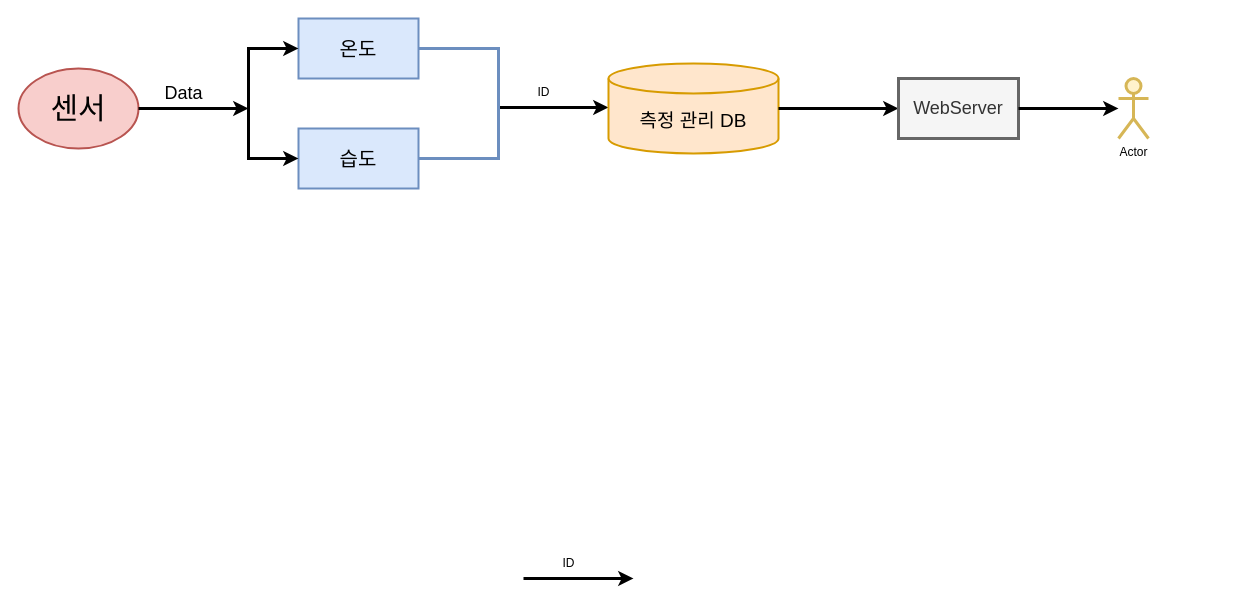
Earlier version of the draw.io diagram 서비스흐름도.drawio (Sun-Rang/AI_-). Source tidied: cells renumbered, new cells numbered last; positions are measured from the earlier drawing's top-left corner, leaving out a move shared by most shapes. Both pictures are drawn from the tidied source at 100%, with x=0, y=0 at pixel (18, 18). Pictures stored in the file or linked from it are replaced by grey dashed boxes.
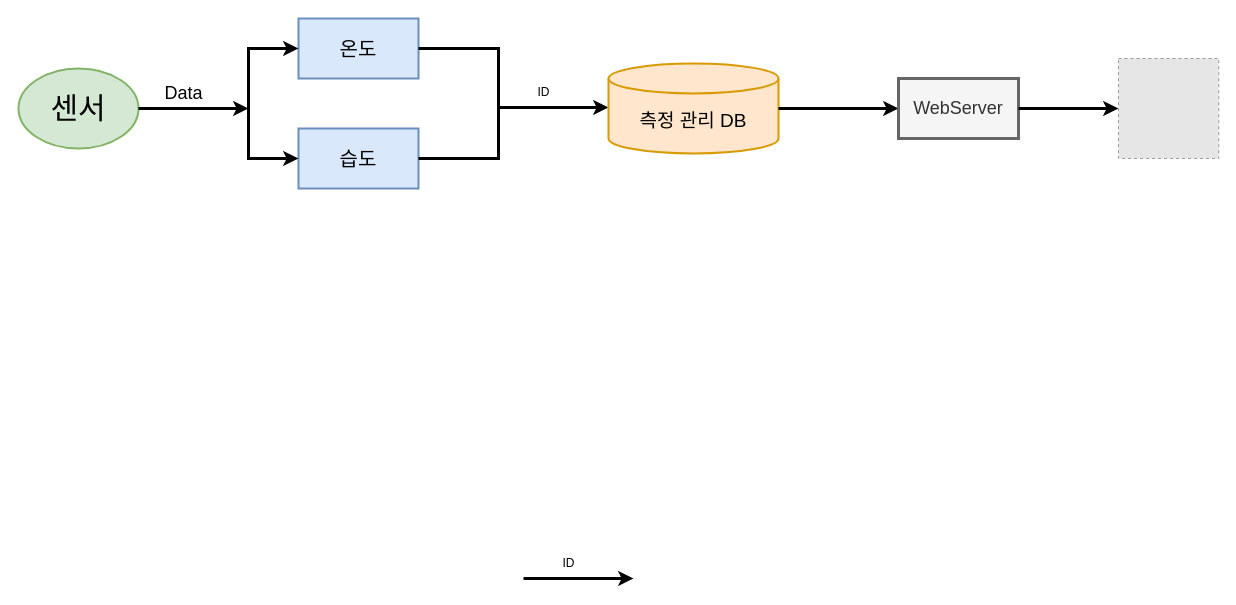
Above is the later version.

Commit message:
서비스흐름도.drawio 업데이트

Unchanged cells that the change refers to:
```xml
<mxCell id="5" value="온도" style="whiteSpace=wrap;html=1;strokeWidth=2;fontSize=20;fillColor=#dae8fc;strokeColor=#6c8ebf;" parent="1" vertex="1">
  <mxGeometry x="280" width="120" height="60" as="geometry" />
</mxCell>
<mxCell id="8" value="습도" style="whiteSpace=wrap;html=1;strokeWidth=2;fontSize=20;fillColor=#dae8fc;strokeColor=#6c8ebf;" parent="1" vertex="1">
  <mxGeometry x="280" y="110" width="120" height="60" as="geometry" />
</mxCell>
```

Change to the diagram source:
```diff
@@
-    <mxCell id="2" value="센서" style="ellipse;whiteSpace=wrap;html=1;strokeWidth=2;fontSize=30;fillColor=#f8cecc;strokeColor=#b85450;" parent="1" vertex="1">
+    <mxCell id="2" value="센서" style="ellipse;whiteSpace=wrap;html=1;strokeWidth=2;fontSize=30;fillColor=#d5e8d4;strokeColor=#82b366;" parent="1" vertex="1">
       <mxGeometry y="50" width="120" height="80" as="geometry" />
     </mxCell>
@@
-    <mxCell id="12" style="endArrow=none;html=1;rounded=0;exitX=1;exitY=0.5;exitDx=0;exitDy=0;entryX=1;entryY=0.5;entryDx=0;entryDy=0;strokeWidth=3;fillColor=#dae8fc;strokeColor=#6c8ebf;" parent="1" edge="1" source="5" target="8">
+    <mxCell id="12" style="endArrow=none;html=1;rounded=0;exitX=1;exitY=0.5;exitDx=0;exitDy=0;entryX=1;entryY=0.5;entryDx=0;entryDy=0;strokeWidth=3;fillColor=#dae8fc;strokeColor=#000000;" parent="1" edge="1" source="5" target="8">
       <mxGeometry relative="1" as="geometry">
         <Array as="points">
           <mxPoint x="480" y="30" />
           <mxPoint x="480" y="90" />
           <mxPoint x="480" y="140" />
         </Array>
       </mxGeometry>
     </mxCell>
@@
-    <mxCell id="16" value="Actor" style="shape=umlActor;verticalLabelPosition=bottom;verticalAlign=top;html=1;strokeWidth=3;fillColor=#fff2cc;strokeColor=#d6b656;" parent="1" vertex="1">
-      <mxGeometry x="1100" y="60" width="30" height="60" as="geometry" />
-    </mxCell>
@@
+    <mxCell id="18" style="fillColor=#E6E6E6;strokeColor=#999999;dashed=1;verticalLabelPosition=bottom;labelBackgroundColor=default;verticalAlign=top;" parent="1" vertex="1">
+      <mxGeometry x="1100" y="40" width="100.3" height="100" as="geometry" />
+    </mxCell>
```
